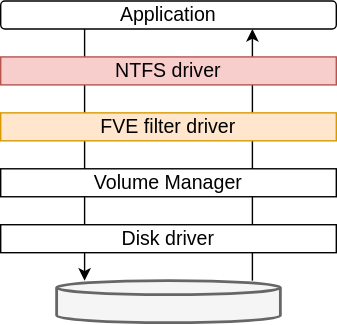
powware/bachelor-thesis keeps this draw.io diagram as figures/bitlocker_volume_access_stack.drawio.svg. Above is the earlier version. Source tidied: cells renumbered, new cells last; positions are measured from the earlier drawing's top-left corner, leaving out a move shared by most shapes.
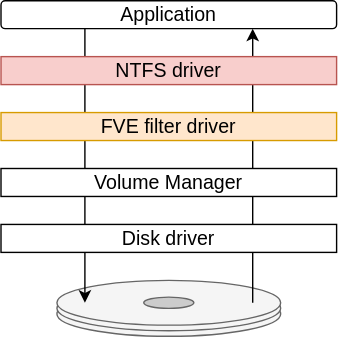
After the commit.

Change to the diagram source:
```diff
@@ -2,15 +2,34 @@
   <root>
     <mxCell id="0" />
     <mxCell id="1" parent="0" />
+    <mxCell id="4" value="Application" style="rounded=1;whiteSpace=wrap;html=1;fontSize=14;" parent="1" vertex="1">
+      <mxGeometry width="240" height="20" as="geometry" />
+    </mxCell>
+    <mxCell id="10" style="group;" parent="1" vertex="1">
+      <mxGeometry x="40" y="200" width="160" height="40" as="geometry" />
+    </mxCell>
+    <mxCell id="11" style="ellipse;whiteSpace=wrap;html=1;fillColor=#f5f5f5;fontColor=#333333;strokeColor=#666666;" parent="10" vertex="1">
+      <mxGeometry y="8" width="160" height="32" as="geometry" />
+    </mxCell>
+    <mxCell id="12" style="ellipse;whiteSpace=wrap;html=1;fillColor=#f5f5f5;fontColor=#333333;strokeColor=#666666;" parent="10" vertex="1">
+      <mxGeometry y="4" width="160" height="32" as="geometry" />
+    </mxCell>
+    <mxCell id="13" style="ellipse;whiteSpace=wrap;html=1;fillColor=#f5f5f5;fontColor=#333333;strokeColor=#666666;" parent="10" vertex="1">
+      <mxGeometry width="160" height="32" as="geometry" />
+    </mxCell>
+    <mxCell id="14" style="ellipse;whiteSpace=wrap;html=1;fillColor=#CCCCCC;strokeColor=#666666;fontColor=#333333;" parent="10" vertex="1">
+      <mxGeometry x="62.1" y="12" width="35.9" height="8" as="geometry" />
+    </mxCell>
-    <mxCell id="2" style="edgeStyle=none;html=1;exitX=0.25;exitY=1;exitDx=0;exitDy=0;entryX=0.125;entryY=0;entryDx=0;entryDy=0;entryPerimeter=0;fontSize=14;" parent="1" edge="1" source="4" target="9">
-      <mxGeometry relative="1" as="geometry" />
+    <mxCell id="2" style="edgeStyle=none;html=1;exitX=0.25;exitY=1;exitDx=0;exitDy=0;fontSize=14;" parent="1" edge="1" source="4">
+      <mxGeometry relative="1" as="geometry">
+        <mxPoint x="60" y="216" as="targetPoint" />
+      </mxGeometry>
     </mxCell>
-    <mxCell id="3" style="edgeStyle=none;html=1;exitX=0.875;exitY=0;exitDx=0;exitDy=0;entryX=0.75;entryY=1;entryDx=0;entryDy=0;fontSize=14;exitPerimeter=0;" parent="1" edge="1" source="9" target="4">
-      <mxGeometry relative="1" as="geometry" />
+    <mxCell id="3" style="edgeStyle=none;html=1;entryX=0.75;entryY=1;entryDx=0;entryDy=0;fontSize=14;" parent="1" edge="1" target="4">
+      <mxGeometry relative="1" as="geometry">
+        <mxPoint x="180" y="216" as="sourcePoint" />
+      </mxGeometry>
     </mxCell>
-    <mxCell id="4" value="Application" style="rounded=1;whiteSpace=wrap;html=1;fontSize=14;" parent="1" vertex="1">
-      <mxGeometry width="240" height="20" as="geometry" />
-    </mxCell>
     <mxCell id="5" value="NTFS driver" style="rounded=0;whiteSpace=wrap;html=1;fontSize=14;fillColor=#f8cecc;strokeColor=#b85450;" parent="1" vertex="1">
       <mxGeometry y="40" width="240" height="20" as="geometry" />
     </mxCell>
@@ -23,8 +42,5 @@
     <mxCell id="8" value="Disk driver" style="rounded=0;whiteSpace=wrap;html=1;fontSize=14;" parent="1" vertex="1">
       <mxGeometry y="160" width="240" height="20" as="geometry" />
     </mxCell>
-    <mxCell id="9" style="strokeWidth=2;html=1;shape=mxgraph.flowchart.database;whiteSpace=wrap;rounded=0;fontSize=14;fillColor=#f5f5f5;fontColor=#333333;strokeColor=#666666;" parent="1" vertex="1">
-      <mxGeometry x="40" y="200" width="160" height="30" as="geometry" />
-    </mxCell>
   </root>
 </mxGraphModel>
```
